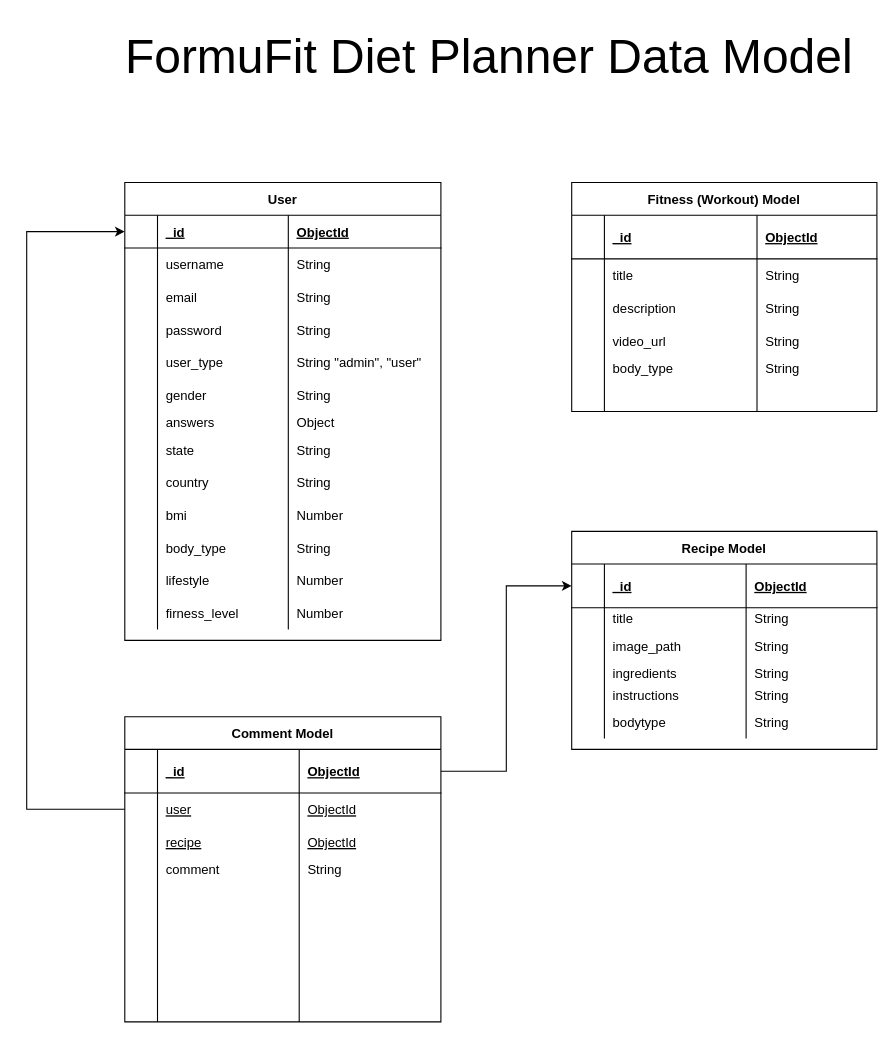
Before: diet-planner/diet-planner-model.drawio in reshmanidhish/diagrams, a draw.io diagram. Source tidied: cells renumbered, new cells numbered last; positions are measured from the earlier drawing's top-left corner, leaving out a move shared by most shapes. Both pictures are drawn from the tidied source at 109%, with x=0, y=0 at pixel (26, 19).
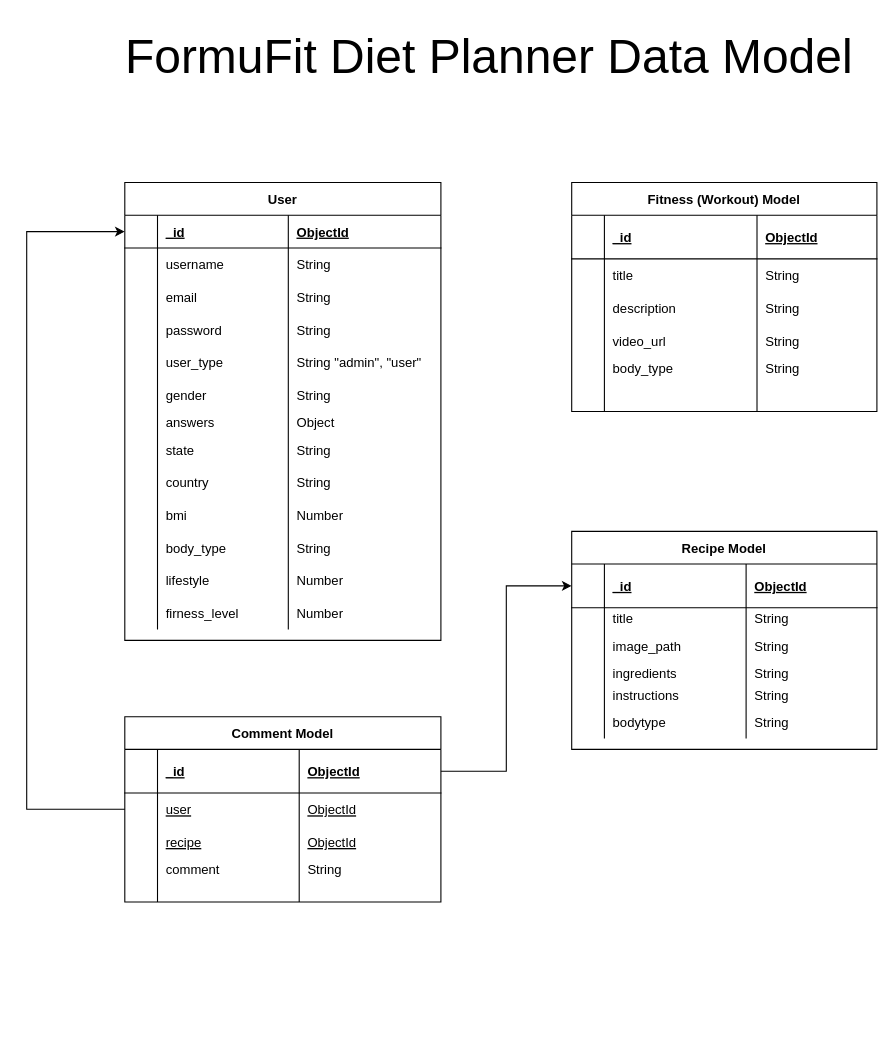
After the change.

Diff of the diagram source:
```diff
@@
     <mxCell id="107" value="Comment Model" style="shape=table;startSize=30;childLayout=tableLayout;rowLines=0;fontStyle=1;align=center;" parent="1" vertex="1">
-      <mxGeometry x="90" y="640" width="290" height="280" as="geometry" />
+      <mxGeometry x="90" y="640" width="290" height="170" as="geometry" />
     </mxCell>
@@
-    <mxCell id="128" style="shape=partialRectangle;fillColor=none;top=0;left=0;right=0;bottom=0;" parent="107" vertex="1">
-      <mxGeometry y="170" width="290" height="20" as="geometry" />
-    </mxCell>
-    <mxCell id="129" style="shape=partialRectangle;overflow=hidden;fillColor=none;top=0;left=0;bottom=0;right=0;" parent="128" vertex="1">
-      <mxGeometry width="30" height="20" as="geometry" />
-    </mxCell>
-    <mxCell id="130" style="shape=partialRectangle;overflow=hidden;fillColor=none;top=0;left=0;bottom=0;right=0;align=left;spacingLeft=6;" parent="128" vertex="1">
-      <mxGeometry x="30" width="130" height="20" as="geometry" />
-    </mxCell>
-    <mxCell id="131" style="shape=partialRectangle;overflow=hidden;fillColor=none;top=0;left=0;bottom=0;right=0;align=left;spacingLeft=6;" parent="128" vertex="1">
-      <mxGeometry x="160" width="130" height="20" as="geometry" />
-    </mxCell>
-    <mxCell id="132" style="shape=partialRectangle;fillColor=none;top=0;left=0;right=0;bottom=0;" parent="107" vertex="1">
-      <mxGeometry y="190" width="290" height="30" as="geometry" />
-    </mxCell>
-    <mxCell id="133" style="shape=partialRectangle;overflow=hidden;fillColor=none;top=0;left=0;bottom=0;right=0;" parent="132" vertex="1">
-      <mxGeometry width="30" height="30" as="geometry" />
-    </mxCell>
-    <mxCell id="134" style="shape=partialRectangle;overflow=hidden;fillColor=none;top=0;left=0;bottom=0;right=0;align=left;spacingLeft=6;" parent="132" vertex="1">
-      <mxGeometry x="30" width="130" height="30" as="geometry" />
-    </mxCell>
-    <mxCell id="135" style="shape=partialRectangle;overflow=hidden;fillColor=none;top=0;left=0;bottom=0;right=0;align=left;spacingLeft=6;" parent="132" vertex="1">
-      <mxGeometry x="160" width="130" height="30" as="geometry" />
-    </mxCell>
-    <mxCell id="136" style="shape=partialRectangle;fillColor=none;top=0;left=0;right=0;bottom=0;" parent="107" vertex="1">
-      <mxGeometry y="220" width="290" height="30" as="geometry" />
-    </mxCell>
-    <mxCell id="137" style="shape=partialRectangle;overflow=hidden;fillColor=none;top=0;left=0;bottom=0;right=0;" parent="136" vertex="1">
-      <mxGeometry width="30" height="30" as="geometry" />
-    </mxCell>
-    <mxCell id="138" style="shape=partialRectangle;overflow=hidden;fillColor=none;top=0;left=0;bottom=0;right=0;align=left;spacingLeft=6;" parent="136" vertex="1">
-      <mxGeometry x="30" width="130" height="30" as="geometry" />
-    </mxCell>
-    <mxCell id="139" style="shape=partialRectangle;overflow=hidden;fillColor=none;top=0;left=0;bottom=0;right=0;align=left;spacingLeft=6;" parent="136" vertex="1">
-      <mxGeometry x="160" width="130" height="30" as="geometry" />
-    </mxCell>
-    <mxCell id="140" style="shape=partialRectangle;fillColor=none;top=0;left=0;right=0;bottom=0;" parent="107" vertex="1">
-      <mxGeometry y="250" width="290" height="30" as="geometry" />
-    </mxCell>
-    <mxCell id="141" style="shape=partialRectangle;overflow=hidden;fillColor=none;top=0;left=0;bottom=0;right=0;" parent="140" vertex="1">
-      <mxGeometry width="30" height="30" as="geometry" />
-    </mxCell>
-    <mxCell id="142" style="shape=partialRectangle;overflow=hidden;fillColor=none;top=0;left=0;bottom=0;right=0;align=left;spacingLeft=6;" parent="140" vertex="1">
-      <mxGeometry x="30" width="130" height="30" as="geometry" />
-    </mxCell>
-    <mxCell id="143" style="shape=partialRectangle;overflow=hidden;fillColor=none;top=0;left=0;bottom=0;right=0;align=left;spacingLeft=6;" parent="140" vertex="1">
-      <mxGeometry x="160" width="130" height="30" as="geometry" />
-    </mxCell>
```
